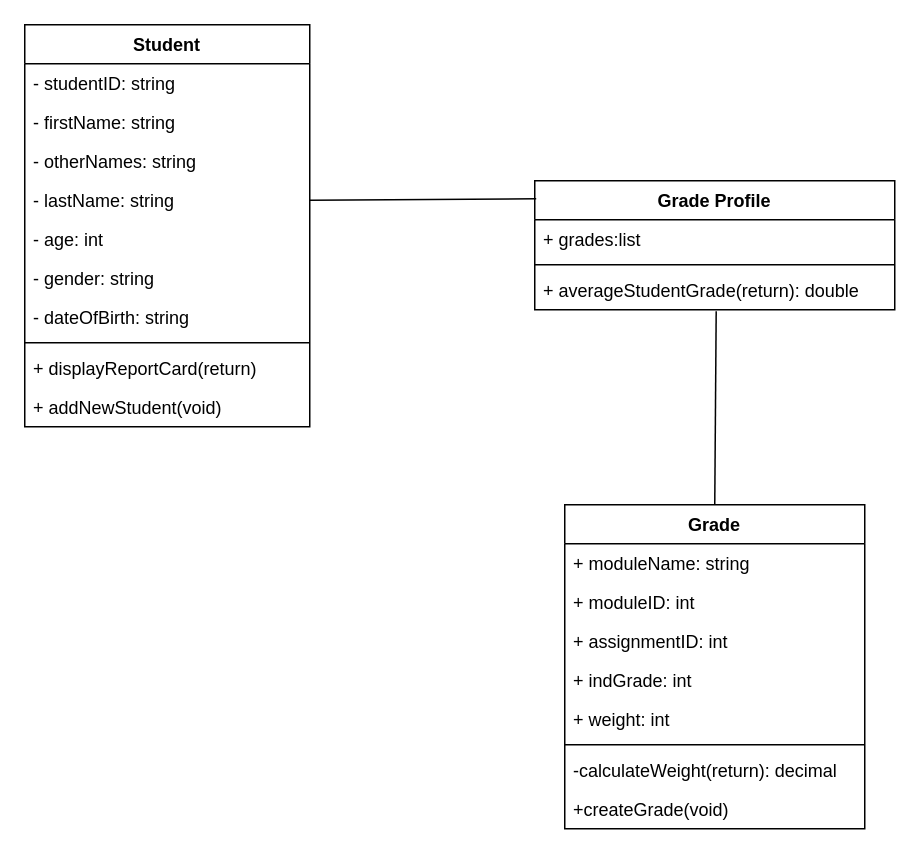
Above: Class Cards.drawio in Kai-Rooke/OOP-Task-1 (draw.io), before the change. Source tidied: cells renumbered, new cells numbered last; positions are measured from the earlier drawing's top-left corner, leaving out a move shared by most shapes. Both pictures are drawn from the tidied source at 150%, with x=0, y=0 at pixel (24, 24).
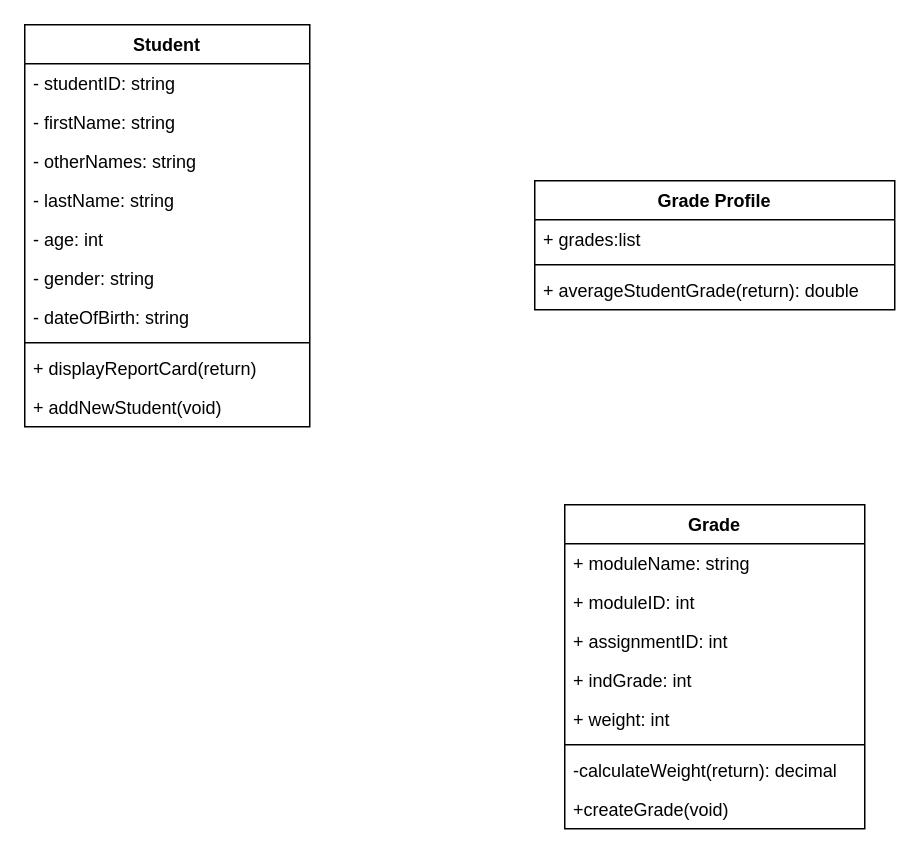
After the change.

The change refers to these unchanged cells:
```xml
<mxCell id="6" value="- lastName: string" style="text;strokeColor=none;fillColor=none;align=left;verticalAlign=top;spacingLeft=4;spacingRight=4;overflow=hidden;points=[[0,0.5],[1,0.5]];portConstraint=eastwest;" parent="2" vertex="1">
  <mxGeometry y="104" width="190" height="26" as="geometry" />
</mxCell>
<mxCell id="13" value="Grade Profile" style="swimlane;fontStyle=1;align=center;verticalAlign=top;horizontal=1;startSize=26;" parent="1" vertex="1">
  <mxGeometry x="340" y="104" width="240" height="86" as="geometry" />
</mxCell>
<mxCell id="16" value="+ averageStudentGrade(return): double" style="text;strokeColor=none;fillColor=none;align=left;verticalAlign=top;spacingLeft=4;spacingRight=4;overflow=hidden;points=[[0,0.5],[1,0.5]];portConstraint=eastwest;" parent="13" vertex="1">
  <mxGeometry y="60" width="240" height="26" as="geometry" />
</mxCell>
<mxCell id="17" value="Grade" style="swimlane;fontStyle=1;align=center;verticalAlign=top;horizontal=1;startSize=26;" parent="1" vertex="1">
  <mxGeometry x="360" y="320" width="200" height="216" as="geometry" />
</mxCell>
```

The edit, as a diff of the source:
```diff
@@
-    <mxCell id="26" style="endArrow=none;html=1;entryX=0.5;entryY=0;entryDx=0;entryDy=0;endFill=0;exitX=0.504;exitY=1.038;exitDx=0;exitDy=0;exitPerimeter=0;" parent="1" edge="1" source="16" target="17">
-      <mxGeometry relative="1" as="geometry" />
-    </mxCell>
-    <mxCell id="27" style="endArrow=none;html=1;entryX=0.004;entryY=0.14;entryDx=0;entryDy=0;endFill=0;exitX=1;exitY=0.5;exitDx=0;exitDy=0;entryPerimeter=0;" parent="1" edge="1" source="6" target="13">
-      <mxGeometry relative="1" as="geometry" />
-    </mxCell>
```
